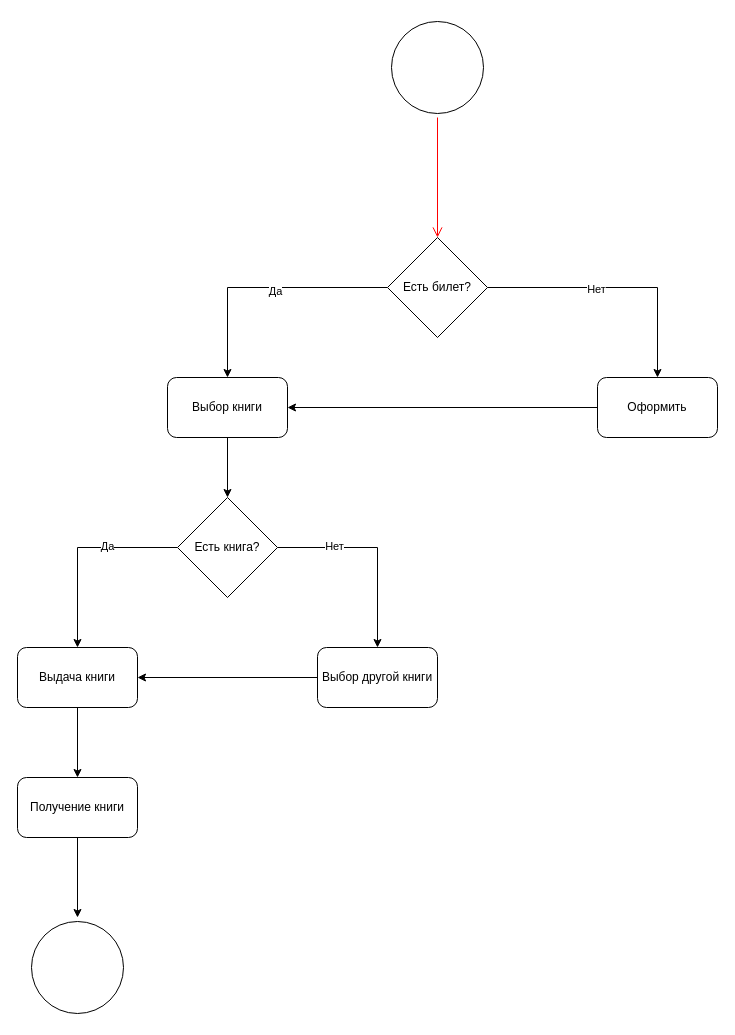
Earlier version of the draw.io diagram prac12.1-12.2./prac12.1.drawio (Damirmgg/Design-Patterns-Practice12). Source tidied: cells renumbered, new cells numbered last; positions are measured from the earlier drawing's top-left corner, leaving out a move shared by most shapes. Both pictures are drawn from the tidied source at 100%, with x=0, y=0 at pixel (17, 17).
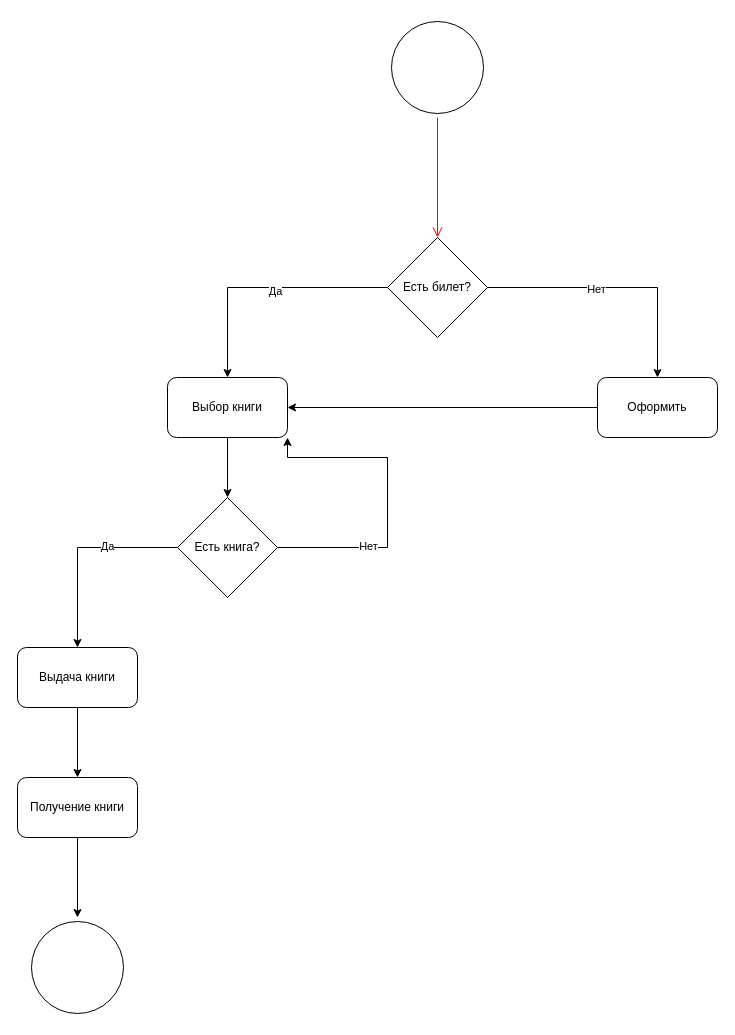
The same page after the edit.

The change refers to these unchanged cells:
```xml
<mxCell id="12" value="Выбор книги" style="rounded=1;whiteSpace=wrap;html=1;" parent="1" vertex="1">
  <mxGeometry x="150" y="360" width="120" height="60" as="geometry" />
</mxCell>
<mxCell id="17" value="Есть книга?" style="rhombus;whiteSpace=wrap;html=1;" parent="1" vertex="1">
  <mxGeometry x="160" y="480" width="100" height="100" as="geometry" />
</mxCell>
<mxCell id="19" value="Выдача книги" style="rounded=1;whiteSpace=wrap;html=1;" parent="1" vertex="1">
  <mxGeometry y="630" width="120" height="60" as="geometry" />
</mxCell>
```

Change to the diagram source:
```diff
@@
-    <mxCell id="15" style="edgeStyle=orthogonalEdgeStyle;rounded=0;jettySize=auto;html=1;exitX=1;exitY=0.5;exitDx=0;exitDy=0;entryX=0.5;entryY=0;entryDx=0;entryDy=0;" parent="1" edge="1" source="17" target="21">
-      <mxGeometry relative="1" as="geometry" />
+    <mxCell id="15" style="edgeStyle=orthogonalEdgeStyle;rounded=0;jettySize=auto;html=1;exitX=1;exitY=0.5;exitDx=0;exitDy=0;entryX=1;entryY=1;entryDx=0;entryDy=0;" parent="1" edge="1" source="17" target="12">
+      <mxGeometry relative="1" as="geometry">
+        <Array as="points">
+          <mxPoint x="370" y="530" />
+          <mxPoint x="370" y="440" />
+          <mxPoint x="270" y="440" />
+        </Array>
+      </mxGeometry>
     </mxCell>
@@
-    <mxCell id="20" style="edgeStyle=orthogonalEdgeStyle;rounded=0;jettySize=auto;html=1;exitX=0;exitY=0.5;exitDx=0;exitDy=0;entryX=1;entryY=0.5;entryDx=0;entryDy=0;" parent="1" edge="1" source="21" target="19">
-      <mxGeometry relative="1" as="geometry" />
-    </mxCell>
-    <mxCell id="21" value="Выбор другой книги" style="rounded=1;whiteSpace=wrap;html=1;" parent="1" vertex="1">
-      <mxGeometry x="300" y="630" width="120" height="60" as="geometry" />
-    </mxCell>
@@
-    <mxCell id="24" style="ellipse;html=1;shape=startState;" parent="1" vertex="1">
+    <mxCell id="24" style="ellipse;html=1;shape=startState;strokeWidth=1;strokeColor=light-dark(#000000,#000000);" parent="1" vertex="1">
       <mxGeometry x="10" y="900" width="100" height="100" as="geometry" />
     </mxCell>
```
